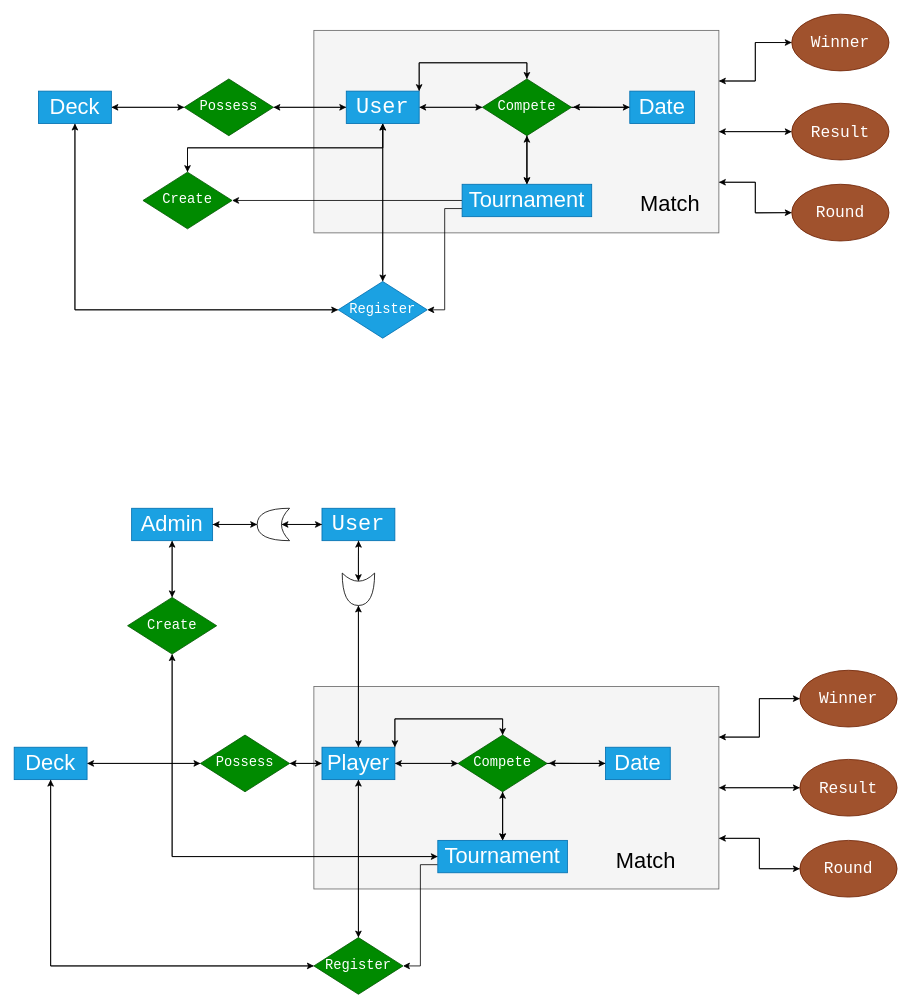
davidalba2001/Numeric-Methods keeps this draw.io diagram as img/Diagrama sin título.drawio. Above is the earlier version. Source tidied: cells renumbered, new cells numbered last; positions are measured from the earlier drawing's top-left corner, leaving out a move shared by most shapes. Both pictures are drawn from the tidied source at 81%, with x=0, y=0 at pixel (14, 14).
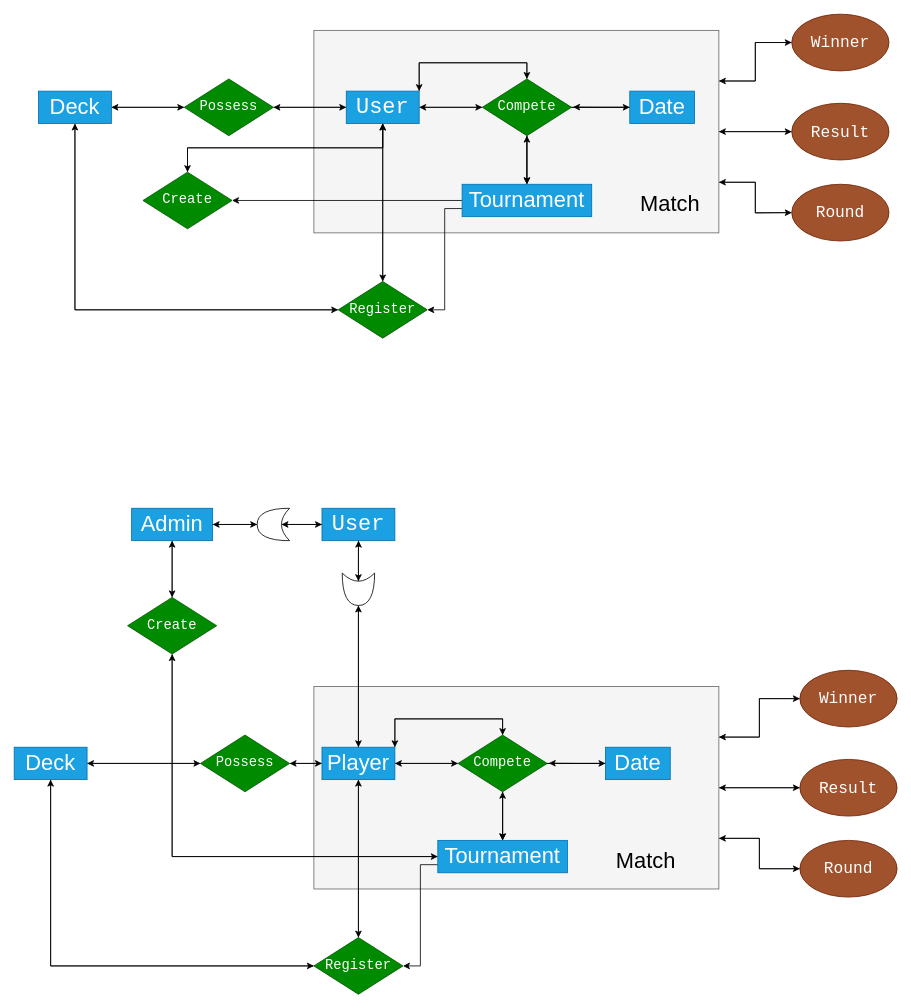
After the change.

The edit, as a diff of the source:
```diff
@@
-    <mxCell id="37" value="&lt;pre dir=&quot;ltr&quot; style=&quot;text-align: left; font-size: 17px;&quot; id=&quot;tw-target-text&quot; class=&quot;tw-data-text tw-text-large tw-ta&quot;&gt;Register&lt;/pre&gt;" style="rhombus;whiteSpace=wrap;html=1;fillColor=#1ba1e2;fontColor=#ffffff;strokeColor=#006EAF;" parent="1" vertex="1">
+    <mxCell id="37" value="&lt;pre dir=&quot;ltr&quot; style=&quot;text-align: left; font-size: 17px;&quot; id=&quot;tw-target-text&quot; class=&quot;tw-data-text tw-text-large tw-ta&quot;&gt;Register&lt;/pre&gt;" style="rhombus;whiteSpace=wrap;html=1;fillColor=#008a00;fontColor=#ffffff;strokeColor=#005700;" parent="1" vertex="1">
       <mxGeometry x="400" y="330" width="110" height="70" as="geometry" />
     </mxCell>
```
